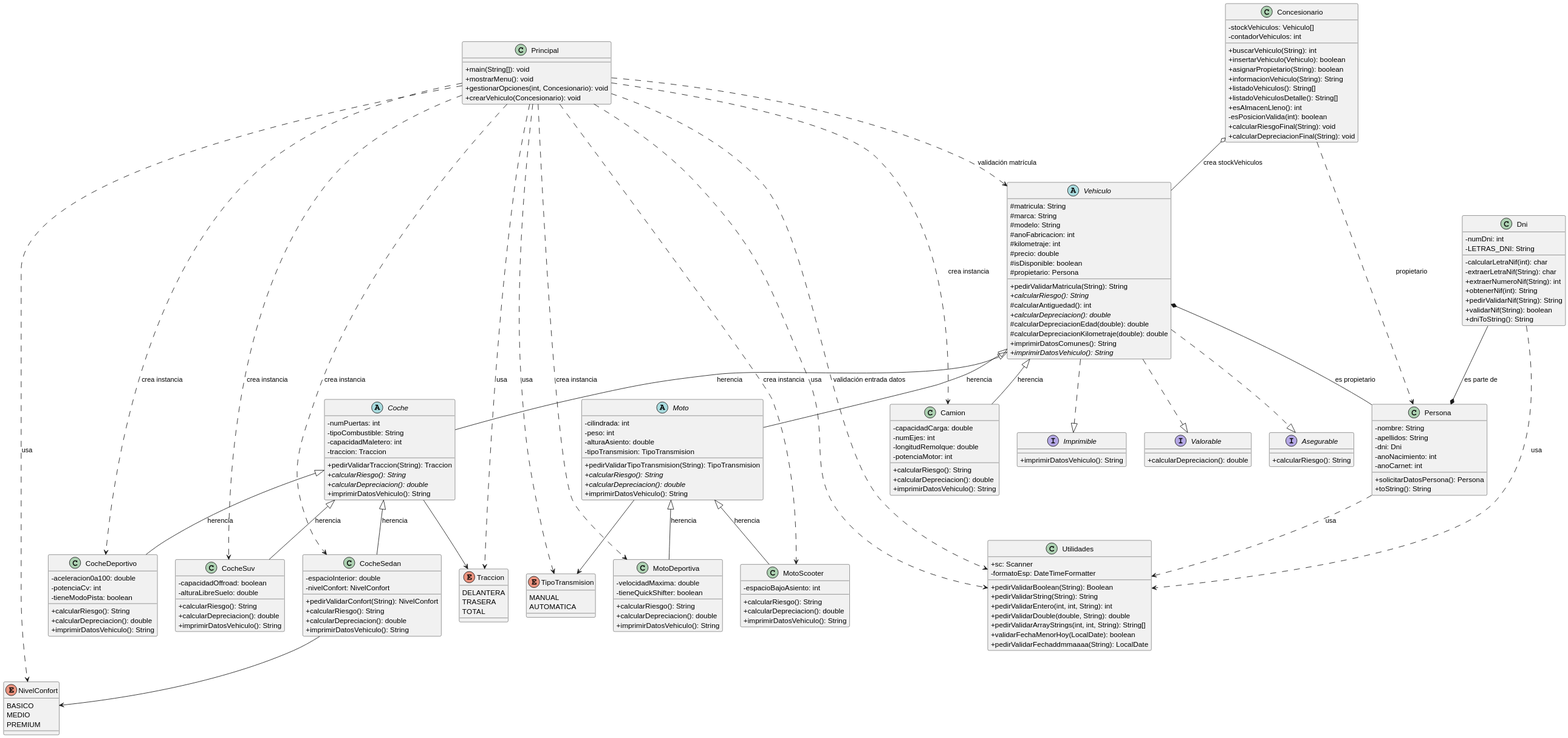
This is uml/diagrama_clases.svg from Oloman-B/UT5_ED_Prog, a PlantUML export, as it was before one commit.
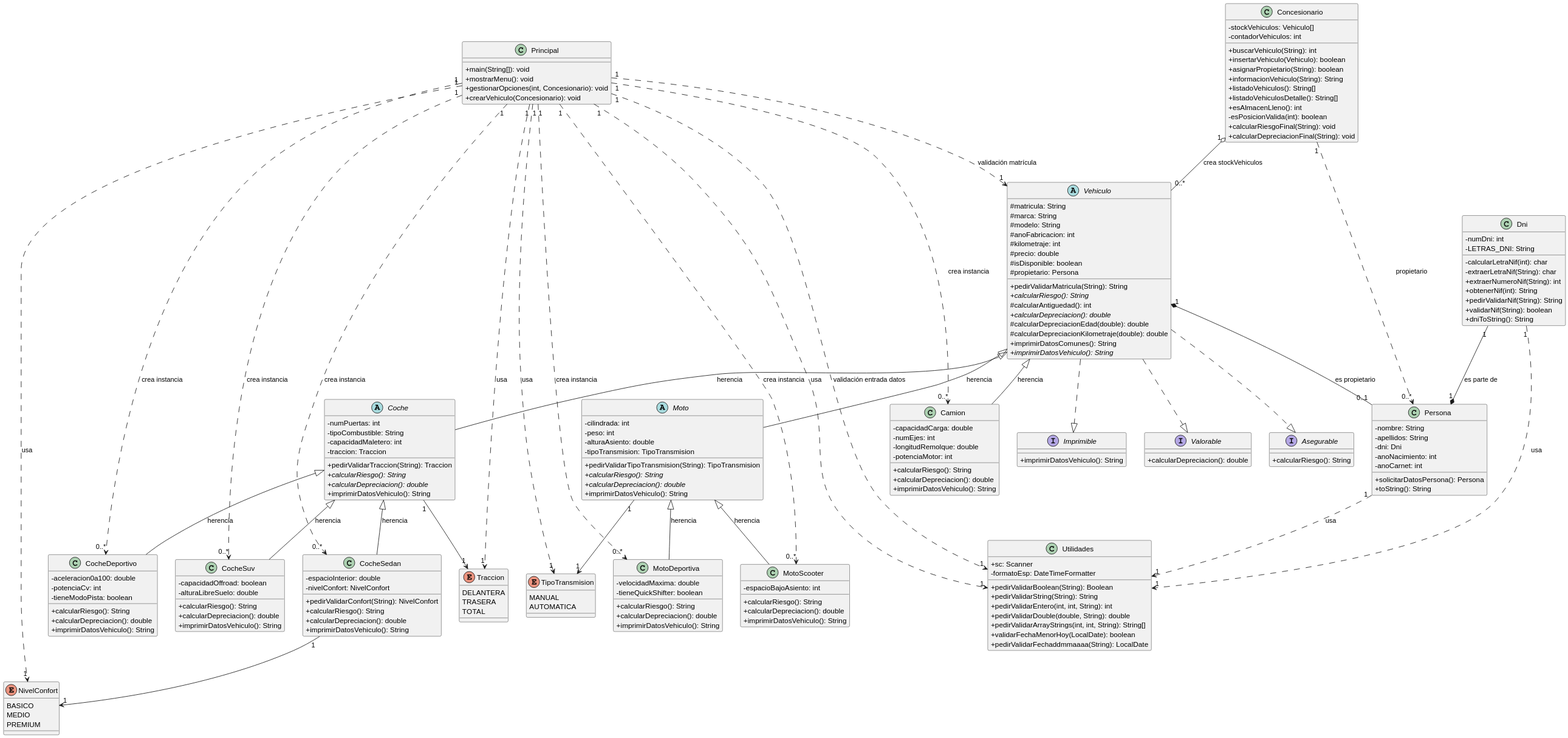
After the change.

Commit message:
Actualización cardinalidad

The edit, as a diff of the source:
```diff
@@ -181,29 +181,29 @@
 
 
 
-Principal ..> Camion : crea instancia
-Principal ..> CocheDeportivo : crea instancia
-Principal ..> CocheSedan : crea instancia
-Principal ..> CocheSuv : crea instancia
-Principal ..> MotoDeportiva : crea instancia
-Principal ..> MotoScooter : crea instancia
+Principal "1" ..> "0..*" Camion : crea instancia
+Principal "1" ..> "0..*" CocheDeportivo : crea instancia
+Principal "1" ..> "0..*" CocheSedan : crea instancia
+Principal "1" ..> "0..*" CocheSuv : crea instancia
+Principal "1" ..> "0..*" MotoDeportiva : crea instancia
+Principal "1" ..> "0..*" MotoScooter : crea instancia
 
-Principal ..> Utilidades : usa
+Principal "1" ..> "1" Utilidades : usa
 
-Principal ..> Vehiculo : validación matrícula
-Principal ..> Utilidades : validación entrada datos
+Principal "1" ..> "1" Vehiculo : validación matrícula
+Principal "1" ..> "1" Utilidades : validación entrada datos
 
-Principal ..> Traccion : usa
-Principal ..> NivelConfort : usa
-Principal ..> TipoTransmision : usa
+Principal "1" ..> "1" Traccion : usa
+Principal "1" ..> "1" NivelConfort : usa
+Principal "1" ..> "1" TipoTransmision : usa
 
-Concesionario o-- Vehiculo : crea stockVehiculos
-Concesionario ..> Persona : propietario
+Concesionario "1" o-- "0..*" Vehiculo : crea stockVehiculos
+Concesionario "1" ..> "0..*" Persona : propietario
 
-Vehiculo *-- Persona : es propietario
-Persona ..> Utilidades : usa
-Dni --* Persona : es parte de
-Dni ..> Utilidades : usa
+Vehiculo "1" *-- "0..1" Persona : es propietario
+Persona "1" ..> "1" Utilidades : usa
+Dni "1" --* "1" Persona : es parte de
+Dni "1" ..> "1" Utilidades : usa
 
 Vehiculo <|-- Camion :herencia
 
@@ -211,13 +211,13 @@
 Coche <|-- CocheDeportivo :herencia
 Coche <|-- CocheSedan :herencia
 Coche <|-- CocheSuv :herencia
-Coche --> Traccion
-CocheSedan --> NivelConfort
+Coche "1" --> "1" Traccion
+CocheSedan "1" --> "1" NivelConfort
 
 Vehiculo <|-- Moto :herencia
 Moto <|-- MotoDeportiva :herencia
 Moto <|-- MotoScooter :herencia
-Moto --> TipoTransmision
+Moto "1" --> "1" TipoTransmision
 
 Vehiculo ..|> Asegurable
 Vehiculo ..|> Imprimible
```
